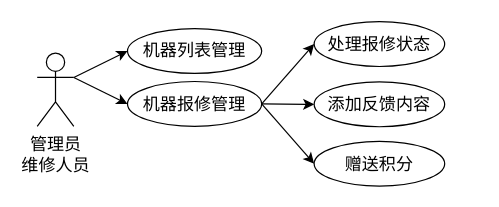
The draw.io diagram 管理员-设备管理.drawio in mochaDMQ/myPicture, before the edit. Source tidied: cells renumbered, new cells numbered last; positions are measured from the earlier drawing's top-left corner, leaving out a move shared by most shapes. Both pictures are drawn from the tidied source at 122%, with x=0, y=0 at pixel (37, 21).
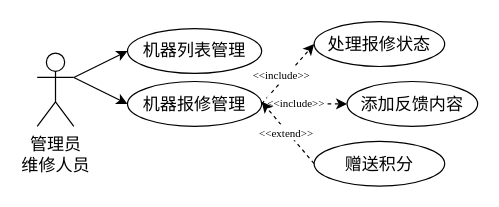
The same page after the edit.

Commit message:
更新管理员-设备管理.drawio

Change to the diagram source:
```diff
@@
 <mxGraphModel>
   <root>
     <mxCell id="0" />
     <mxCell id="1" parent="0" />
     <mxCell id="2" style="rounded=0;jettySize=auto;html=1;exitX=1;exitY=0.3333333333333333;exitDx=0;exitDy=0;exitPerimeter=0;entryX=0;entryY=0.5;entryDx=0;entryDy=0;fontSize=14;fontFamily=宋体;" parent="1" edge="1" source="4" target="9">
       <mxGeometry relative="1" as="geometry" />
     </mxCell>
     <mxCell id="3" style="rounded=0;jettySize=auto;html=1;exitX=1;exitY=0.3333333333333333;exitDx=0;exitDy=0;exitPerimeter=0;entryX=0;entryY=0.5;entryDx=0;entryDy=0;fontSize=14;fontFamily=宋体;" parent="1" edge="1" source="4" target="8">
       <mxGeometry relative="1" as="geometry" />
     </mxCell>
     <mxCell id="4" value="管理员&lt;div&gt;维修人员&lt;/div&gt;" style="shape=umlActor;verticalLabelPosition=bottom;verticalAlign=top;html=1;outlineConnect=0;fontSize=14;fontFamily=宋体;" parent="1" vertex="1">
       <mxGeometry y="26" width="30" height="60" as="geometry" />
     </mxCell>
-    <mxCell id="5" style="edgeStyle=none;rounded=0;jettySize=auto;html=1;exitX=1;exitY=0.5;exitDx=0;exitDy=0;entryX=0;entryY=0.5;entryDx=0;entryDy=0;fontSize=14;fontFamily=宋体;" parent="1" edge="1" source="8" target="11">
+    <mxCell id="5" style="edgeStyle=none;rounded=0;jettySize=auto;html=1;exitX=1;exitY=0.5;exitDx=0;exitDy=0;entryX=0;entryY=0.5;entryDx=0;entryDy=0;fontSize=14;fontFamily=宋体;dashed=1;" parent="1" edge="1" source="8" target="11">
       <mxGeometry relative="1" as="geometry" />
     </mxCell>
+    <mxCell id="13" value="&lt;font face=&quot;Times New Roman&quot; style=&quot;font-size: 9px;&quot;&gt;&amp;lt;&amp;lt;include&amp;gt;&amp;gt;&lt;/font&gt;" style="edgeLabel;html=1;align=center;verticalAlign=middle;" parent="5" vertex="1">
+      <mxGeometry x="-0.12" y="3" relative="1" as="geometry">
+        <mxPoint x="-1" as="offset" />
+      </mxGeometry>
+    </mxCell>
-    <mxCell id="6" style="edgeStyle=none;rounded=0;jettySize=auto;html=1;exitX=1;exitY=0.5;exitDx=0;exitDy=0;entryX=0;entryY=0.5;entryDx=0;entryDy=0;fontSize=14;fontFamily=宋体;" parent="1" edge="1" source="8" target="12">
+    <mxCell id="6" style="edgeStyle=none;rounded=0;jettySize=auto;html=1;exitX=1;exitY=0.5;exitDx=0;exitDy=0;entryX=0;entryY=0.5;entryDx=0;entryDy=0;fontSize=14;fontFamily=宋体;dashed=1;" parent="1" edge="1" source="8" target="12">
       <mxGeometry relative="1" as="geometry" />
     </mxCell>
-    <mxCell id="7" style="edgeStyle=none;rounded=0;jettySize=auto;html=1;exitX=1;exitY=0.5;exitDx=0;exitDy=0;entryX=0;entryY=0.5;entryDx=0;entryDy=0;fontSize=14;fontFamily=宋体;" parent="1" edge="1" source="8" target="10">
-      <mxGeometry relative="1" as="geometry" />
-    </mxCell>
+    <mxCell id="14" value="&lt;span style=&quot;font-family: &amp;quot;Times New Roman&amp;quot;; font-size: 9px;&quot;&gt;&amp;lt;&amp;lt;include&amp;gt;&amp;gt;&lt;/span&gt;" style="edgeLabel;html=1;align=center;verticalAlign=middle;" parent="6" vertex="1">
+      <mxGeometry x="-0.22" y="1" relative="1" as="geometry" />
+    </mxCell>
     <mxCell id="8" value="机器报修管理" style="ellipse;whiteSpace=wrap;html=1;fontSize=14;fontFamily=宋体;" parent="1" vertex="1">
       <mxGeometry x="74" y="49.3" width="110" height="36.7" as="geometry" />
     </mxCell>
     <mxCell id="9" value="机器列表管理" style="ellipse;whiteSpace=wrap;html=1;fontSize=14;fontFamily=宋体;" parent="1" vertex="1">
       <mxGeometry x="74" y="6" width="110" height="36.7" as="geometry" />
     </mxCell>
+    <mxCell id="15" style="rounded=0;jettySize=auto;html=1;exitX=0;exitY=0.5;exitDx=0;exitDy=0;dashed=1;" parent="1" edge="1" source="10">
+      <mxGeometry relative="1" as="geometry">
+        <mxPoint x="184" y="66" as="targetPoint" />
+      </mxGeometry>
+    </mxCell>
+    <mxCell id="16" value="&lt;span style=&quot;font-family: &amp;quot;Times New Roman&amp;quot;; font-size: 9px;&quot;&gt;&amp;lt;&amp;lt;extend&amp;gt;&amp;gt;&lt;/span&gt;" style="edgeLabel;html=1;align=center;verticalAlign=middle;" parent="15" vertex="1">
+      <mxGeometry x="0.05" y="1" relative="1" as="geometry" />
+    </mxCell>
     <mxCell id="10" value="赠送积分" style="ellipse;whiteSpace=wrap;html=1;fontSize=14;fontFamily=宋体;" parent="1" vertex="1">
       <mxGeometry x="227" y="98.3" width="107" height="36.7" as="geometry" />
     </mxCell>
     <mxCell id="11" value="处理报修状态" style="ellipse;whiteSpace=wrap;html=1;fontSize=14;fontFamily=宋体;" parent="1" vertex="1">
       <mxGeometry x="227" y="0.3" width="107" height="36.7" as="geometry" />
     </mxCell>
     <mxCell id="12" value="添加反馈内容" style="ellipse;whiteSpace=wrap;html=1;fontSize=14;fontFamily=宋体;" parent="1" vertex="1">
-      <mxGeometry x="227" y="49.7" width="107" height="36.7" as="geometry" />
+      <mxGeometry x="254" y="49.3" width="107" height="36.7" as="geometry" />
     </mxCell>
   </root>
 </mxGraphModel>
```
